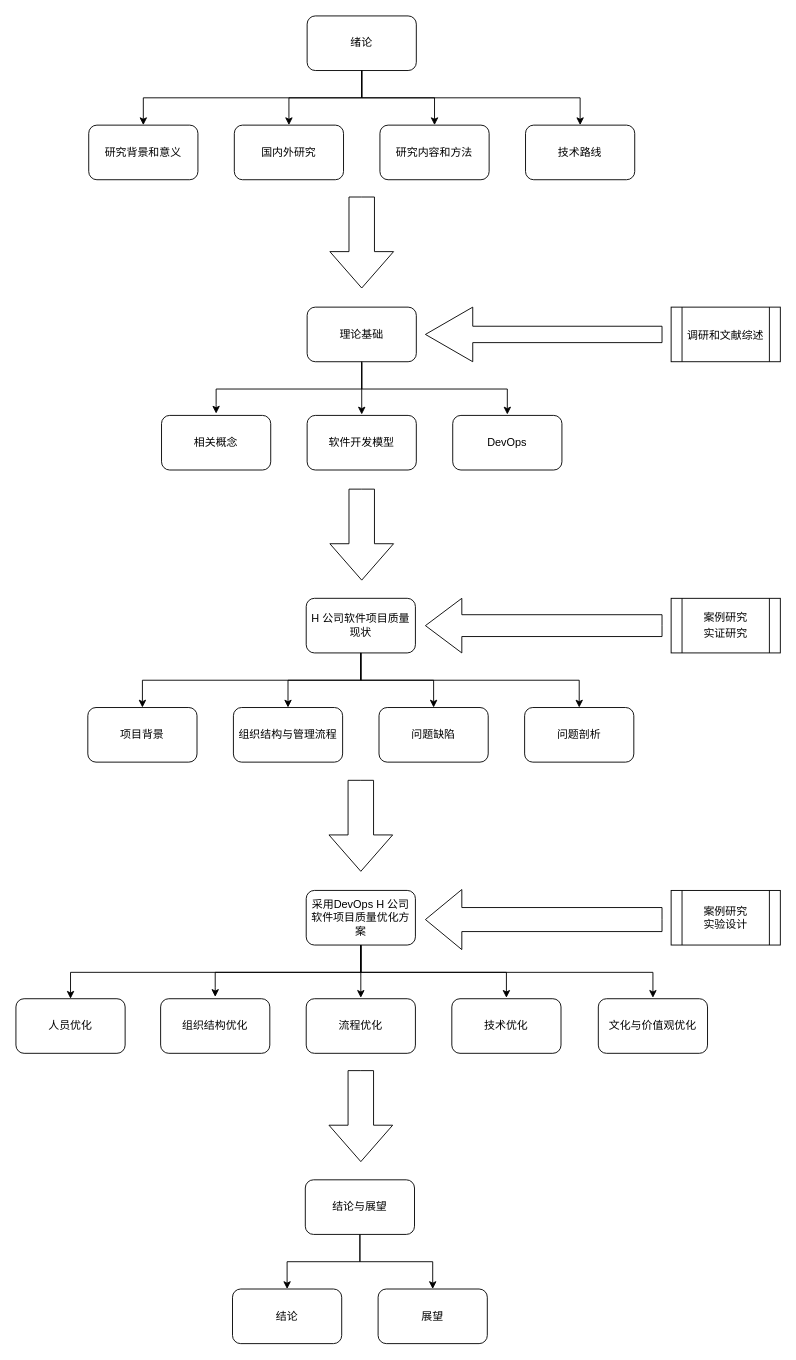
jovanliuc/master-thesis keeps this draw.io diagram as 选题报告/技术路线图.drawio. Above is the earlier version. Source tidied: cells renumbered, new cells numbered last; positions are measured from the earlier drawing's top-left corner, leaving out a move shared by most shapes. Both pictures are drawn from the tidied source at 91%, with x=0, y=0 at pixel (15, 15).
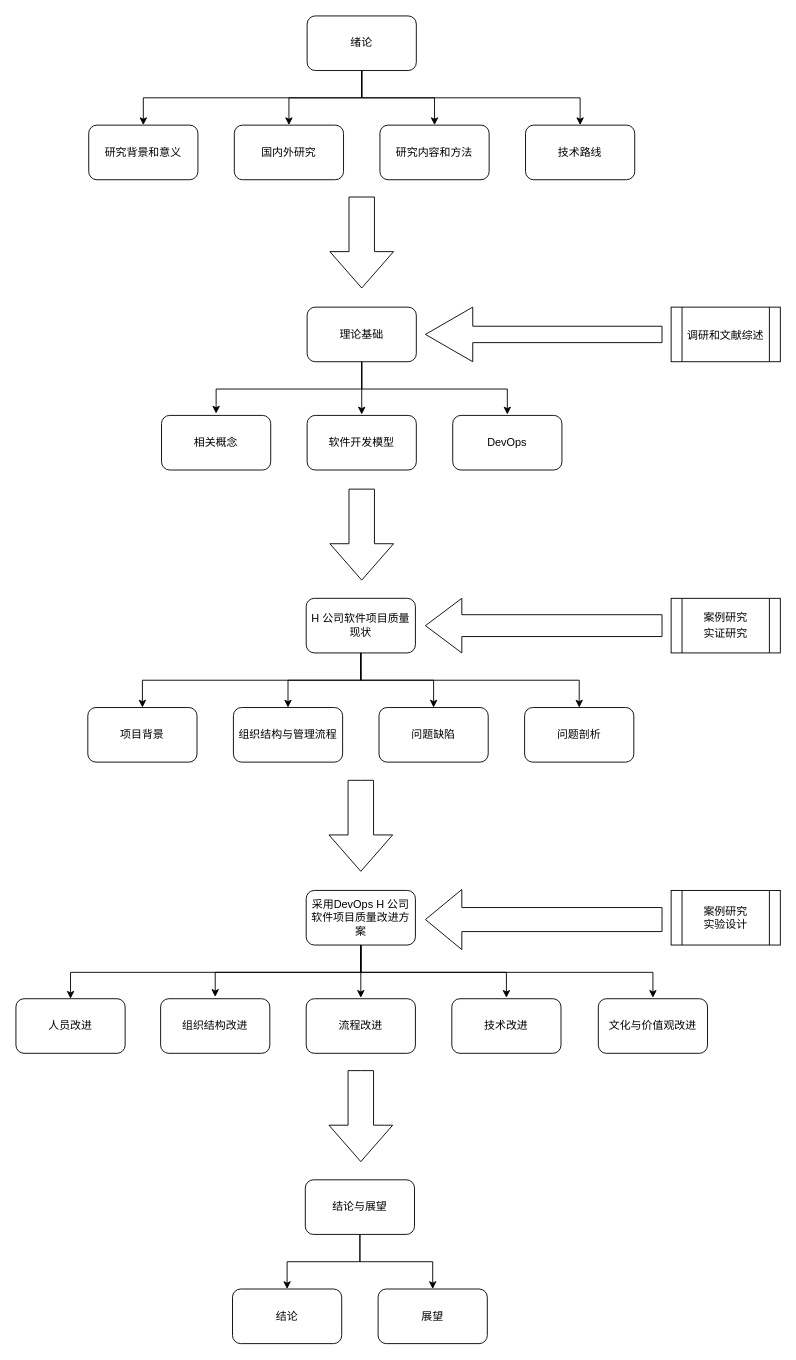
Above is the later version.

The edit, as a diff of the source:
```diff
@@
-    <mxCell id="30" value="技术优化" style="rounded=1;whiteSpace=wrap;html=1;" parent="1" vertex="1">
+    <mxCell id="30" value="技术改进" style="rounded=1;whiteSpace=wrap;html=1;" parent="1" vertex="1">
       <mxGeometry x="479" y="1080" width="120" height="60" as="geometry" />
     </mxCell>
-    <mxCell id="31" value="组织结构优化" style="rounded=1;whiteSpace=wrap;html=1;" parent="1" vertex="1">
+    <mxCell id="31" value="组织结构改进" style="rounded=1;whiteSpace=wrap;html=1;" parent="1" vertex="1">
       <mxGeometry x="159" y="1080" width="120" height="60" as="geometry" />
     </mxCell>
-    <mxCell id="32" value="流程优化" style="rounded=1;whiteSpace=wrap;html=1;" parent="1" vertex="1">
+    <mxCell id="32" value="流程改进" style="rounded=1;whiteSpace=wrap;html=1;" parent="1" vertex="1">
       <mxGeometry x="319" y="1080" width="120" height="60" as="geometry" />
     </mxCell>
-    <mxCell id="33" value="采用DevOps H 公司软件项目质量优化方案" style="rounded=1;whiteSpace=wrap;html=1;" parent="1" vertex="1">
+    <mxCell id="33" value="采用DevOps H 公司软件项目质量改进方案" style="rounded=1;whiteSpace=wrap;html=1;" parent="1" vertex="1">
       <mxGeometry x="319" y="961" width="120" height="60" as="geometry" />
     </mxCell>
@@
-    <mxCell id="37" value="人员优化" style="rounded=1;whiteSpace=wrap;html=1;" parent="1" vertex="1">
+    <mxCell id="37" value="人员改进" style="rounded=1;whiteSpace=wrap;html=1;" parent="1" vertex="1">
       <mxGeometry y="1080" width="120" height="60" as="geometry" />
     </mxCell>
-    <mxCell id="38" value="文化与价值观优化" style="rounded=1;whiteSpace=wrap;html=1;" parent="1" vertex="1">
+    <mxCell id="38" value="文化与价值观改进" style="rounded=1;whiteSpace=wrap;html=1;" parent="1" vertex="1">
       <mxGeometry x="640" y="1080" width="120" height="60" as="geometry" />
     </mxCell>
```
